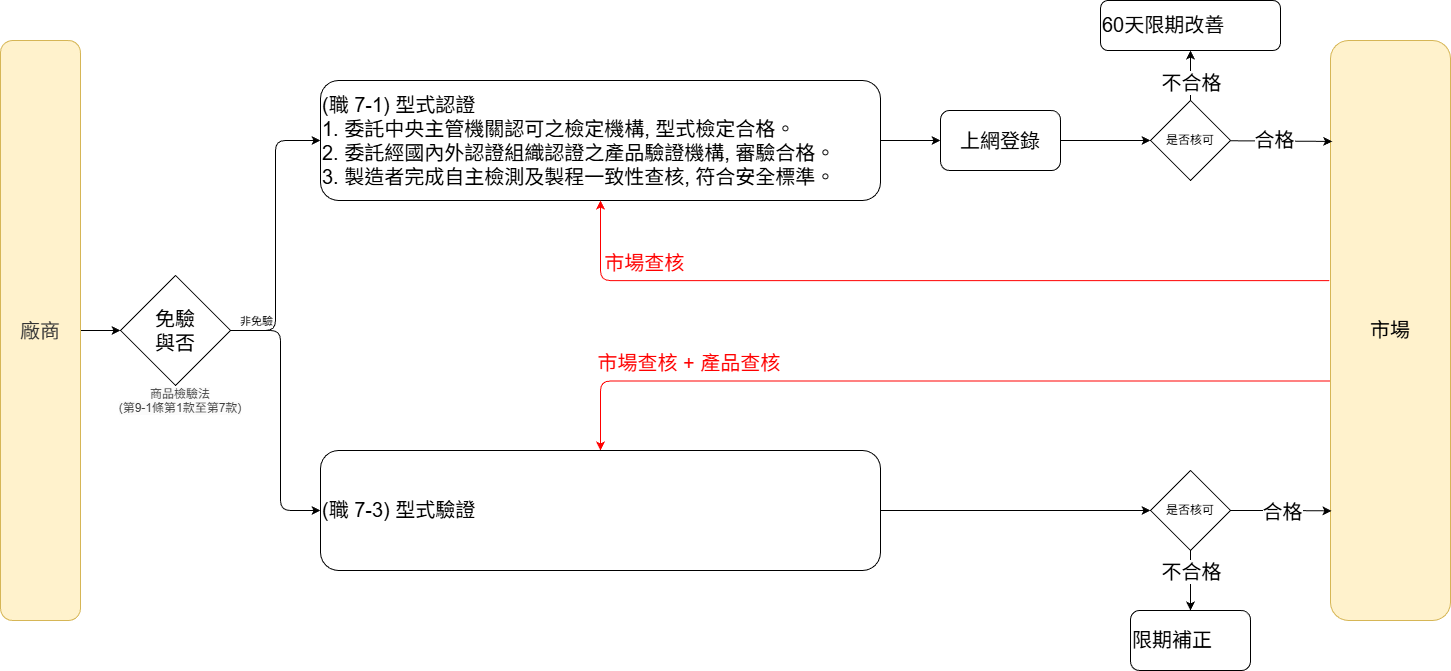
Above: docs/image/安全衛生管理員/商品檢驗.drawio.png in YuCH-Hank/OSH (draw.io), before the change. Source tidied: cells renumbered, new cells last; positions are measured from the earlier drawing's top-left corner, leaving out a move shared by most shapes.
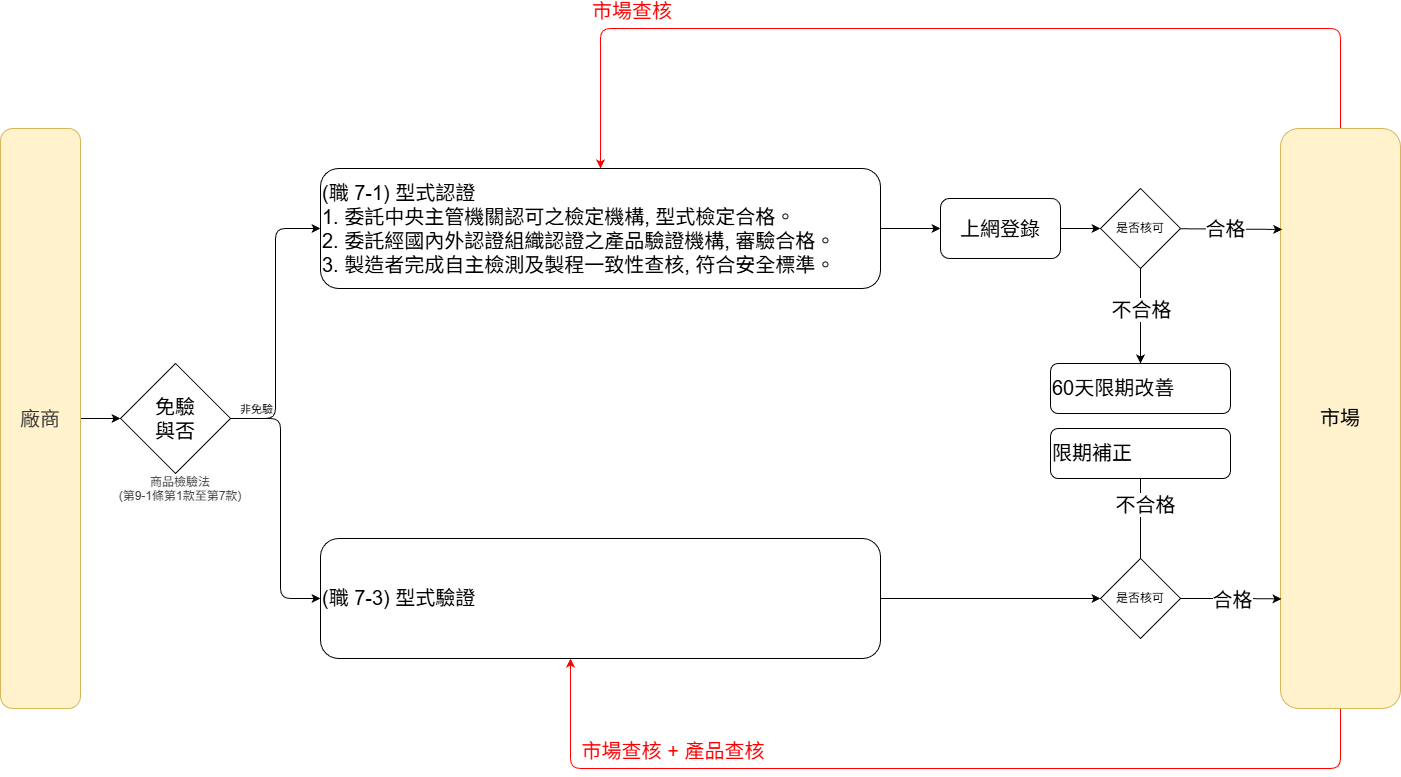
The same file after the commit.

Diff of the diagram source:
```diff
@@ -37,18 +37,29 @@
       <mxGeometry x="940" y="110" width="120" height="60" as="geometry" />
     </mxCell>
     <mxCell id="11" value="&lt;div style=&quot;line-height: 19px; white-space: pre;&quot;&gt;&lt;span&gt;60天限期改善&lt;/span&gt;&lt;/div&gt;&lt;div&gt;&lt;/div&gt;&lt;div&gt;&lt;/div&gt;&lt;div&gt;&lt;/div&gt;" style="whiteSpace=wrap;html=1;rounded=1;strokeColor=default;align=left;verticalAlign=middle;fontFamily=Helvetica;fontSize=20;fontColor=default;fillColor=default;labelBackgroundColor=none;" parent="1" vertex="1">
-      <mxGeometry x="1100" width="180" height="50" as="geometry" />
+      <mxGeometry x="1050" y="275" width="180" height="50" as="geometry" />
     </mxCell>
-    <mxCell id="12" style="edgeStyle=orthogonalEdgeStyle;html=1;entryX=0.5;entryY=1;entryDx=0;entryDy=0;fontSize=20;exitX=-0.01;exitY=0.414;exitDx=0;exitDy=0;exitPerimeter=0;fontFamily=Helvetica;strokeColor=#FF0000;" parent="1" edge="1" source="17" target="8">
-      <mxGeometry relative="1" as="geometry" />
+    <mxCell id="12" style="edgeStyle=orthogonalEdgeStyle;html=1;fontSize=20;exitX=0.5;exitY=0;exitDx=0;exitDy=0;fontFamily=Helvetica;strokeColor=#FF0000;" parent="1" edge="1" source="17">
+      <mxGeometry relative="1" as="geometry">
+        <mxPoint x="600" y="80" as="targetPoint" />
+        <Array as="points">
+          <mxPoint x="1340" y="-60" />
+          <mxPoint x="600" y="-60" />
+        </Array>
+      </mxGeometry>
     </mxCell>
     <mxCell id="13" value="市場查核" style="edgeLabel;align=center;verticalAlign=middle;fontSize=20;fontFamily=Helvetica;labelBackgroundColor=none;fontColor=#FF0000;" parent="12" vertex="1">
       <mxGeometry x="0.44" y="2" relative="1" as="geometry">
         <mxPoint x="-101" y="-22" as="offset" />
       </mxGeometry>
     </mxCell>
-    <mxCell id="14" style="edgeStyle=orthogonalEdgeStyle;html=1;entryX=0.5;entryY=0;entryDx=0;entryDy=0;fontSize=20;exitX=0.02;exitY=0.587;exitDx=0;exitDy=0;exitPerimeter=0;fontFamily=Helvetica;strokeColor=#FF0000;" parent="1" edge="1" source="17" target="23">
-      <mxGeometry relative="1" as="geometry" />
+    <mxCell id="14" style="edgeStyle=orthogonalEdgeStyle;html=1;fontSize=20;fontFamily=Helvetica;strokeColor=#FF0000;exitX=0.5;exitY=1;exitDx=0;exitDy=0;" parent="1" edge="1" source="17" target="23">
+      <mxGeometry relative="1" as="geometry">
+        <Array as="points">
+          <mxPoint x="1340" y="680" />
+          <mxPoint x="570" y="680" />
+        </Array>
+      </mxGeometry>
     </mxCell>
     <mxCell id="15" value="&lt;div&gt;&lt;/div&gt;" style="edgeLabel;html=1;align=center;verticalAlign=middle;fontSize=20;fontFamily=Helvetica;" parent="14" vertex="1">
       <mxGeometry x="0.39" y="2" relative="1" as="geometry" />
@@ -59,7 +70,7 @@
       </mxGeometry>
     </mxCell>
     <mxCell id="17" value="&lt;div style=&quot;font-weight: normal; line-height: 19px; white-space: pre;&quot;&gt;&lt;div&gt;&lt;span&gt;市場&lt;/span&gt;&lt;/div&gt;&lt;/div&gt;" style="whiteSpace=wrap;html=1;rounded=1;strokeColor=#d6b656;align=center;verticalAlign=middle;fontFamily=Helvetica;fontSize=20;fillColor=#fff2cc;labelBackgroundColor=none;" parent="1" vertex="1">
-      <mxGeometry x="1330" y="40" width="120" height="580" as="geometry" />
+      <mxGeometry x="1280" y="40" width="120" height="580" as="geometry" />
     </mxCell>
     <mxCell id="18" style="html=1;exitX=0.5;exitY=1;exitDx=0;exitDy=0;entryX=0.5;entryY=0;entryDx=0;entryDy=0;fontSize=20;fontFamily=Helvetica;" parent="1" edge="1" source="32" target="24">
       <mxGeometry relative="1" as="geometry" />
@@ -84,7 +95,7 @@
       <mxGeometry x="320" y="450" width="560" height="120" as="geometry" />
     </mxCell>
     <mxCell id="24" value="&lt;div style=&quot;line-height: 19px; white-space: pre;&quot;&gt;&lt;span&gt;限期補正&lt;/span&gt;&lt;/div&gt;&lt;div&gt;&lt;/div&gt;&lt;div&gt;&lt;/div&gt;&lt;div&gt;&lt;/div&gt;" style="whiteSpace=wrap;html=1;rounded=1;strokeColor=default;align=left;verticalAlign=middle;fontFamily=Helvetica;fontSize=20;fontColor=default;fillColor=default;labelBackgroundColor=none;" parent="1" vertex="1">
-      <mxGeometry x="1130" y="610" width="120" height="60" as="geometry" />
+      <mxGeometry x="1050" y="340" width="180" height="50" as="geometry" />
     </mxCell>
     <mxCell id="25" value="免驗&lt;br&gt;與否" style="rhombus;whiteSpace=wrap;html=1;fontSize=20;fontFamily=Helvetica;" parent="1" vertex="1">
       <mxGeometry x="120" y="275" width="110" height="110" as="geometry" />
@@ -97,7 +108,7 @@
     </mxCell>
     <mxCell id="28" value="&lt;span style=&quot;color: rgb(0, 0, 0); font-size: 20px;&quot;&gt;不合格&lt;/span&gt;" style="edgeLabel;html=1;align=center;verticalAlign=middle;" parent="27" vertex="1">
       <mxGeometry x="0.21" y="4" relative="1" as="geometry">
-        <mxPoint x="4" y="11" as="offset" />
+        <mxPoint x="-4" y="-18" as="offset" />
       </mxGeometry>
     </mxCell>
     <mxCell id="29" style="edgeStyle=none;html=1;fontFamily=Helvetica;entryX=0.014;entryY=0.174;entryDx=0;entryDy=0;entryPerimeter=0;" parent="1" edge="1" source="31" target="17">
@@ -107,10 +118,10 @@
       <mxGeometry x="-0.15" y="2" relative="1" as="geometry" />
     </mxCell>
     <mxCell id="31" value="是否核可" style="rhombus;whiteSpace=wrap;html=1;fontFamily=Helvetica;" parent="1" vertex="1">
-      <mxGeometry x="1150" y="100" width="80" height="80" as="geometry" />
+      <mxGeometry x="1100" y="100" width="80" height="80" as="geometry" />
     </mxCell>
     <mxCell id="32" value="是否核可" style="rhombus;whiteSpace=wrap;html=1;fontFamily=Helvetica;" parent="1" vertex="1">
-      <mxGeometry x="1150" y="470" width="80" height="80" as="geometry" />
+      <mxGeometry x="1100" y="470" width="80" height="80" as="geometry" />
     </mxCell>
   </root>
 </mxGraphModel>
```
